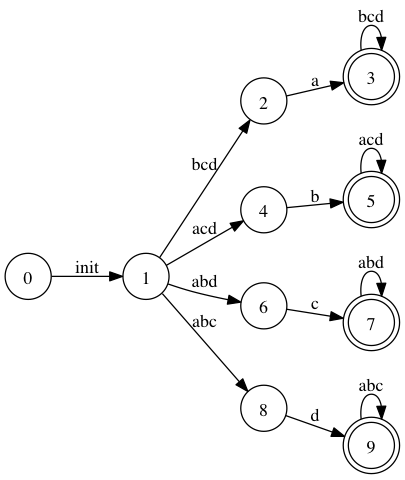
Before: Assignment3/HW3-3.gv.png, a diagram exported from Graphviz (ranmocy/Automata-Theory). Its source is kept beside it as Assignment3/HW3-3.gv.
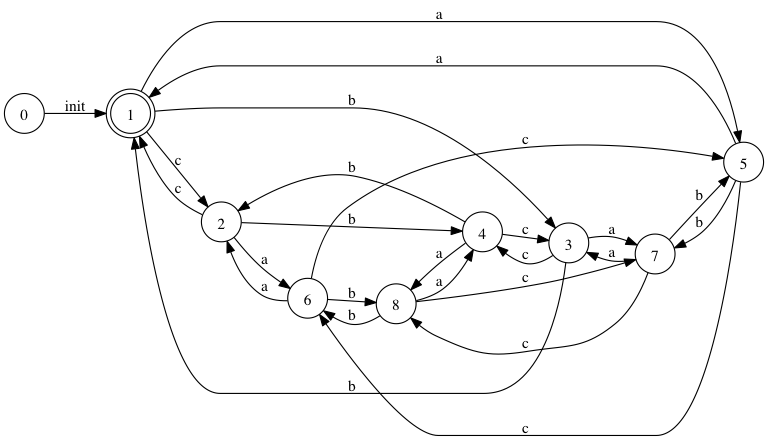
Above is the later version.

Diff of the diagram source:
```diff
@@ -1,27 +1,3 @@
-digraph HW3_3_1 {
-	rankdir=LR;
-	size="8,5"
-	node[shape=doublecircle]; 3 5 7 9;
-	node[shape=circle];
-
-        0->1[label="init"];
-        1->2[label="bcd"];
-        2->3[label="a"];
-        3->3[label="bcd"];
-
-        1->4[label="acd"];
-        4->5[label="b"];
-        5->5[label="acd"]
-
-        1->6[label="abd"];
-        6->7[label="c"]
-        7->7[label="abd"];
-
-        1->8[label="abc"];
-        8->9[label="d"];
-        9->9[label="abc"];
-}
-
 digraph HW3_3_2 {
 	rankdir=LR;
 	size="8,5"
```
